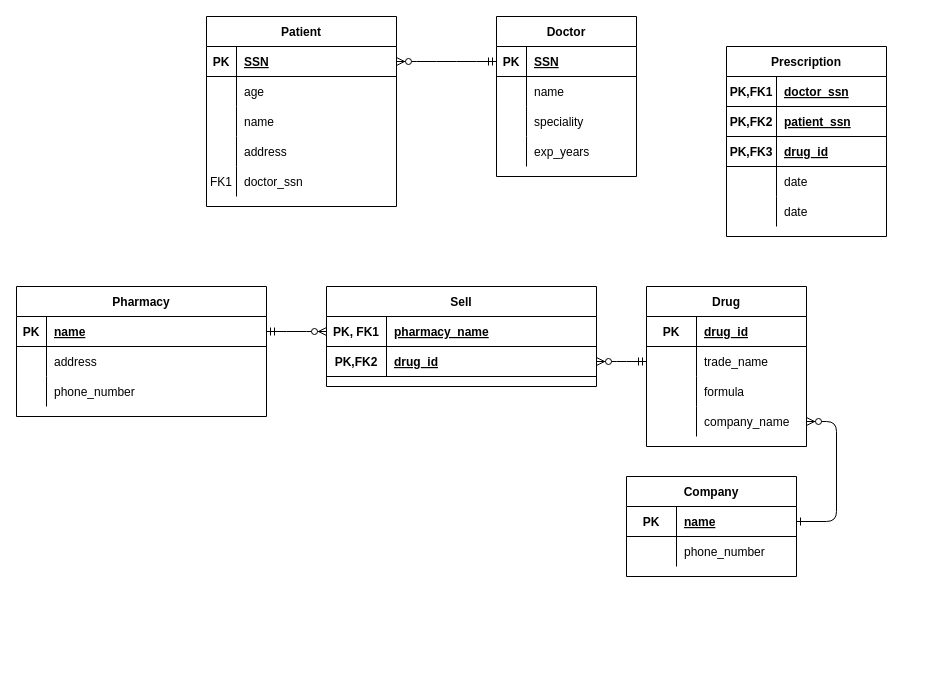
This is Untitled Diagram.drawio from s021721/backup, a draw.io file, before an edit. Source tidied: cells renumbered, new cells numbered last; positions are measured from the earlier drawing's top-left corner, leaving out a move shared by most shapes. Both pictures are drawn from the tidied source at 100%, with x=0, y=0 at pixel (16, 16).
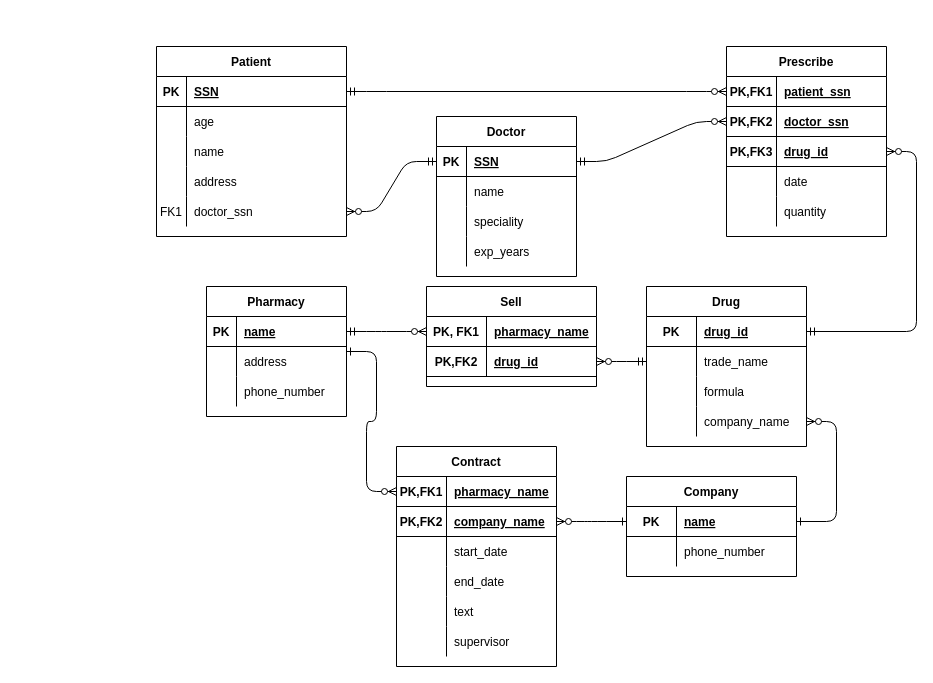
Above is the later version.

Unchanged cells that the change refers to:
```xml
<mxCell id="5" style="shape=partialRectangle;fillColor=none;points=[[0,0.5],[1,0.5]];portConstraint=eastwest;top=0;left=0;right=0;bottom=1;" parent="4" vertex="1">
  <mxGeometry y="30" width="140" height="30" as="geometry" />
</mxCell>
<mxCell id="18" style="shape=partialRectangle;fillColor=none;points=[[0,0.5],[1,0.5]];portConstraint=eastwest;top=0;left=0;right=0;bottom=1;" parent="17" vertex="1">
  <mxGeometry y="30" width="160" height="30" as="geometry" />
</mxCell>
<mxCell id="31" style="shape=partialRectangle;fillColor=none;points=[[0,0.5],[1,0.5]];portConstraint=eastwest;top=0;left=0;right=0;bottom=1;" parent="30" vertex="1">
  <mxGeometry y="30" width="190" height="30" as="geometry" />
</mxCell>
<mxCell id="43" style="shape=partialRectangle;fillColor=none;points=[[0,0.5],[1,0.5]];portConstraint=eastwest;top=0;left=0;right=0;bottom=0;" parent="30" vertex="1">
  <mxGeometry y="150" width="190" height="30" as="geometry" />
</mxCell>
<mxCell id="66" style="shape=partialRectangle;fillColor=none;points=[[0,0.5],[1,0.5]];portConstraint=eastwest;top=0;left=0;right=0;bottom=1;" parent="65" vertex="1">
  <mxGeometry y="30" width="170" height="30" as="geometry" />
</mxCell>
<mxCell id="79" style="shape=partialRectangle;fillColor=none;points=[[0,0.5],[1,0.5]];portConstraint=eastwest;top=0;left=0;right=0;bottom=1;" parent="72" vertex="1">
  <mxGeometry y="90" width="160" height="30" as="geometry" />
</mxCell>
<mxCell id="85" style="shape=partialRectangle;fillColor=none;top=0;left=0;right=0;bottom=0;" parent="72" vertex="1">
  <mxGeometry y="150" width="160" height="30" as="geometry" />
</mxCell>
```

What changed in the source:
```diff
@@
-    <mxCell id="2" style="edgeStyle=entityRelationEdgeStyle;endArrow=ERmandOne;startArrow=ERzeroToMany;endFill=0;startFill=1;entryX=0;entryY=0.5;entryDx=0;entryDy=0;" parent="1" edge="1" source="31" target="5">
-      <mxGeometry relative="1" as="geometry" />
-    </mxCell>
@@
     <mxCell id="4" value="Doctor" style="shape=table;startSize=30;childLayout=tableLayout;rowLines=0;fontStyle=1;align=center;" parent="1" vertex="1">
-      <mxGeometry x="480" width="140" height="160" as="geometry" />
+      <mxGeometry x="420" y="100" width="140" height="160" as="geometry" />
     </mxCell>
@@
     <mxCell id="30" value="Patient" style="shape=table;startSize=30;childLayout=tableLayout;rowLines=0;fontStyle=1;align=center;" parent="1" vertex="1">
-      <mxGeometry x="190" width="190" height="190" as="geometry" />
+      <mxGeometry x="140" y="30" width="190" height="190" as="geometry" />
     </mxCell>
@@
     <mxCell id="46" value="Sell" style="shape=table;startSize=30;childLayout=tableLayout;rowLines=0;fontStyle=1;align=center;" parent="1" vertex="1">
-      <mxGeometry x="310" y="270" width="270" height="100" as="geometry" />
+      <mxGeometry x="410" y="270" width="170" height="100" as="geometry" />
     </mxCell>
     <mxCell id="47" style="shape=partialRectangle;fillColor=none;points=[[0,0.5],[1,0.5]];portConstraint=eastwest;top=0;left=0;right=0;bottom=1;" parent="46" vertex="1">
-      <mxGeometry y="30" width="270" height="30" as="geometry" />
+      <mxGeometry y="30" width="170" height="30" as="geometry" />
     </mxCell>
@@
     <mxCell id="49" value="pharmacy_name" style="shape=partialRectangle;overflow=hidden;fillColor=none;top=0;left=0;bottom=0;right=0;align=left;spacingLeft=6;fontStyle=5;" parent="47" vertex="1">
-      <mxGeometry x="60" width="210" height="30" as="geometry" />
+      <mxGeometry x="60" width="110" height="30" as="geometry" />
     </mxCell>
     <mxCell id="50" style="shape=partialRectangle;fillColor=none;points=[[0,0.5],[1,0.5]];portConstraint=eastwest;top=0;left=0;right=0;bottom=1;" parent="46" vertex="1">
-      <mxGeometry y="60" width="270" height="30" as="geometry" />
+      <mxGeometry y="60" width="170" height="30" as="geometry" />
     </mxCell>
@@
     <mxCell id="52" value="drug_id" style="shape=partialRectangle;overflow=hidden;fillColor=none;top=0;left=0;bottom=0;right=0;align=left;spacingLeft=6;fontStyle=5;" parent="50" vertex="1">
-      <mxGeometry x="60" width="210" height="30" as="geometry" />
+      <mxGeometry x="60" width="110" height="30" as="geometry" />
     </mxCell>
     <mxCell id="53" value="Pharmacy" style="shape=table;startSize=30;childLayout=tableLayout;rowLines=0;fontStyle=1;align=center;" parent="1" vertex="1">
-      <mxGeometry y="270" width="250" height="130" as="geometry" />
+      <mxGeometry x="190" y="270" width="140" height="130" as="geometry" />
     </mxCell>
     <mxCell id="54" style="shape=partialRectangle;fillColor=none;points=[[0,0.5],[1,0.5]];portConstraint=eastwest;top=0;left=0;right=0;bottom=1;" parent="53" vertex="1">
-      <mxGeometry y="30" width="250" height="30" as="geometry" />
+      <mxGeometry y="30" width="140" height="30" as="geometry" />
     </mxCell>
@@
     <mxCell id="56" value="name" style="shape=partialRectangle;overflow=hidden;fillColor=none;top=0;left=0;bottom=0;right=0;align=left;spacingLeft=6;fontStyle=5;" parent="54" vertex="1">
-      <mxGeometry x="30" width="220" height="30" as="geometry" />
+      <mxGeometry x="30" width="110" height="30" as="geometry" />
     </mxCell>
     <mxCell id="57" style="shape=partialRectangle;fillColor=none;top=0;left=0;right=0;bottom=0;" parent="53" vertex="1">
-      <mxGeometry y="60" width="250" height="30" as="geometry" />
+      <mxGeometry y="60" width="140" height="30" as="geometry" />
     </mxCell>
@@
     <mxCell id="59" value="address" style="shape=partialRectangle;overflow=hidden;fillColor=none;top=0;left=0;bottom=0;right=0;align=left;spacingLeft=6;" parent="57" vertex="1">
-      <mxGeometry x="30" width="220" height="30" as="geometry" />
+      <mxGeometry x="30" width="110" height="30" as="geometry" />
     </mxCell>
     <mxCell id="60" style="shape=partialRectangle;fillColor=none;top=0;left=0;right=0;bottom=0;" parent="53" vertex="1">
-      <mxGeometry y="90" width="250" height="30" as="geometry" />
+      <mxGeometry y="90" width="140" height="30" as="geometry" />
     </mxCell>
@@
     <mxCell id="62" value="phone_number" style="shape=partialRectangle;overflow=hidden;fillColor=none;top=0;left=0;bottom=0;right=0;align=left;spacingLeft=6;" parent="60" vertex="1">
-      <mxGeometry x="30" width="220" height="30" as="geometry" />
+      <mxGeometry x="30" width="110" height="30" as="geometry" />
     </mxCell>
@@
-    <mxCell id="72" value="Prescription" style="shape=table;startSize=30;childLayout=tableLayout;rowLines=0;fontStyle=1;align=center;" parent="1" vertex="1">
+    <mxCell id="72" value="Prescribe" style="shape=table;startSize=30;childLayout=tableLayout;rowLines=0;fontStyle=1;align=center;" parent="1" vertex="1">
       <mxGeometry x="710" y="30" width="160" height="190" as="geometry" />
     </mxCell>
+    <mxCell id="76" style="shape=partialRectangle;fillColor=none;points=[[0,0.5],[1,0.5]];portConstraint=eastwest;top=0;left=0;right=0;bottom=1;" parent="72" vertex="1">
+      <mxGeometry y="30" width="160" height="30" as="geometry" />
+    </mxCell>
+    <mxCell id="77" value="PK,FK1" style="shape=partialRectangle;overflow=hidden;fillColor=none;top=0;left=0;bottom=0;right=0;fontStyle=1;" parent="76" vertex="1">
+      <mxGeometry width="50" height="30" as="geometry" />
+    </mxCell>
+    <mxCell id="78" value="patient_ssn" style="shape=partialRectangle;overflow=hidden;fillColor=none;top=0;left=0;bottom=0;right=0;align=left;spacingLeft=6;fontStyle=5;" parent="76" vertex="1">
+      <mxGeometry x="50" width="110" height="30" as="geometry" />
+    </mxCell>
     <mxCell id="73" style="shape=partialRectangle;fillColor=none;points=[[0,0.5],[1,0.5]];portConstraint=eastwest;top=0;left=0;right=0;bottom=1;" parent="72" vertex="1">
-      <mxGeometry y="30" width="160" height="30" as="geometry" />
+      <mxGeometry y="60" width="160" height="30" as="geometry" />
     </mxCell>
-    <mxCell id="74" value="PK,FK1" style="shape=partialRectangle;overflow=hidden;fillColor=none;top=0;left=0;bottom=0;right=0;fontStyle=1;" parent="73" vertex="1">
+    <mxCell id="74" value="PK,FK2" style="shape=partialRectangle;overflow=hidden;fillColor=none;top=0;left=0;bottom=0;right=0;fontStyle=1;" parent="73" vertex="1">
       <mxGeometry width="50" height="30" as="geometry" />
     </mxCell>
@@
-    <mxCell id="76" style="shape=partialRectangle;fillColor=none;points=[[0,0.5],[1,0.5]];portConstraint=eastwest;top=0;left=0;right=0;bottom=1;" parent="72" vertex="1">
-      <mxGeometry y="60" width="160" height="30" as="geometry" />
-    </mxCell>
-    <mxCell id="77" value="PK,FK2" style="shape=partialRectangle;overflow=hidden;fillColor=none;top=0;left=0;bottom=0;right=0;fontStyle=1;" parent="76" vertex="1">
-      <mxGeometry width="50" height="30" as="geometry" />
-    </mxCell>
-    <mxCell id="78" value="patient_ssn" style="shape=partialRectangle;overflow=hidden;fillColor=none;top=0;left=0;bottom=0;right=0;align=left;spacingLeft=6;fontStyle=5;" parent="76" vertex="1">
-      <mxGeometry x="50" width="110" height="30" as="geometry" />
-    </mxCell>
@@
-    <mxCell id="87" value="date" style="shape=partialRectangle;overflow=hidden;fillColor=none;top=0;left=0;bottom=0;right=0;align=left;spacingLeft=6;" parent="85" vertex="1">
+    <mxCell id="87" value="quantity" style="shape=partialRectangle;overflow=hidden;fillColor=none;top=0;left=0;bottom=0;right=0;align=left;spacingLeft=6;" parent="85" vertex="1">
       <mxGeometry x="50" width="110" height="30" as="geometry" />
     </mxCell>
+    <mxCell id="88" style="edgeStyle=entityRelationEdgeStyle;endArrow=ERmandOne;startArrow=ERzeroToMany;endFill=0;startFill=1;entryX=1;entryY=0.5;entryDx=0;entryDy=0;rounded=1;" parent="1" edge="1" source="79" target="18">
+      <mxGeometry relative="1" as="geometry" />
+    </mxCell>
+    <mxCell id="89" style="edgeStyle=entityRelationEdgeStyle;endArrow=ERmandOne;startArrow=ERzeroToMany;endFill=0;startFill=1;" parent="1" edge="1" source="73" target="5">
+      <mxGeometry relative="1" as="geometry" />
+    </mxCell>
+    <mxCell id="90" style="edgeStyle=entityRelationEdgeStyle;endArrow=ERmandOne;startArrow=ERzeroToMany;endFill=0;startFill=1;" parent="1" edge="1" source="76" target="31">
+      <mxGeometry relative="1" as="geometry" />
+    </mxCell>
+    <mxCell id="91" style="edgeStyle=entityRelationEdgeStyle;endArrow=ERmandOne;startArrow=ERzeroToMany;endFill=0;startFill=1;" parent="1" edge="1" source="43" target="5">
+      <mxGeometry relative="1" as="geometry" />
+    </mxCell>
+    <mxCell id="92" value="Contract" style="shape=table;startSize=30;childLayout=tableLayout;rowLines=0;fontStyle=1;align=center;" parent="1" vertex="1">
+      <mxGeometry x="380" y="430" width="160" height="220" as="geometry" />
+    </mxCell>
+    <mxCell id="93" style="shape=partialRectangle;fillColor=none;points=[[0,0.5],[1,0.5]];portConstraint=eastwest;top=0;left=0;right=0;bottom=1;" parent="92" vertex="1">
+      <mxGeometry y="30" width="160" height="30" as="geometry" />
+    </mxCell>
+    <mxCell id="94" value="PK,FK1" style="shape=partialRectangle;overflow=hidden;fillColor=none;top=0;left=0;bottom=0;right=0;fontStyle=1;" parent="93" vertex="1">
+      <mxGeometry width="50" height="30" as="geometry" />
+    </mxCell>
+    <mxCell id="95" value="pharmacy_name" style="shape=partialRectangle;overflow=hidden;fillColor=none;top=0;left=0;bottom=0;right=0;align=left;spacingLeft=6;fontStyle=5;" parent="93" vertex="1">
+      <mxGeometry x="50" width="110" height="30" as="geometry" />
+    </mxCell>
+    <mxCell id="96" style="shape=partialRectangle;fillColor=none;points=[[0,0.5],[1,0.5]];portConstraint=eastwest;top=0;left=0;right=0;bottom=1;" parent="92" vertex="1">
+      <mxGeometry y="60" width="160" height="30" as="geometry" />
+    </mxCell>
+    <mxCell id="97" value="PK,FK2" style="shape=partialRectangle;overflow=hidden;fillColor=none;top=0;left=0;bottom=0;right=0;fontStyle=1;" parent="96" vertex="1">
+      <mxGeometry width="50" height="30" as="geometry" />
+    </mxCell>
+    <mxCell id="98" value="company_name" style="shape=partialRectangle;overflow=hidden;fillColor=none;top=0;left=0;bottom=0;right=0;align=left;spacingLeft=6;fontStyle=5;" parent="96" vertex="1">
+      <mxGeometry x="50" width="110" height="30" as="geometry" />
+    </mxCell>
+    <mxCell id="99" style="shape=partialRectangle;fillColor=none;top=0;left=0;right=0;bottom=0;" parent="92" vertex="1">
+      <mxGeometry y="90" width="160" height="30" as="geometry" />
+    </mxCell>
+    <mxCell id="100" style="shape=partialRectangle;overflow=hidden;fillColor=none;top=0;left=0;bottom=0;right=0;" parent="99" vertex="1">
+      <mxGeometry width="50" height="30" as="geometry" />
+    </mxCell>
+    <mxCell id="101" value="start_date" style="shape=partialRectangle;overflow=hidden;fillColor=none;top=0;left=0;bottom=0;right=0;align=left;spacingLeft=6;" parent="99" vertex="1">
+      <mxGeometry x="50" width="110" height="30" as="geometry" />
+    </mxCell>
+    <mxCell id="102" style="shape=partialRectangle;fillColor=none;top=0;left=0;right=0;bottom=0;" parent="92" vertex="1">
+      <mxGeometry y="120" width="160" height="30" as="geometry" />
+    </mxCell>
+    <mxCell id="103" style="shape=partialRectangle;overflow=hidden;fillColor=none;top=0;left=0;bottom=0;right=0;" parent="102" vertex="1">
+      <mxGeometry width="50" height="30" as="geometry" />
+    </mxCell>
+    <mxCell id="104" value="end_date" style="shape=partialRectangle;overflow=hidden;fillColor=none;top=0;left=0;bottom=0;right=0;align=left;spacingLeft=6;" parent="102" vertex="1">
+      <mxGeometry x="50" width="110" height="30" as="geometry" />
+    </mxCell>
+    <mxCell id="105" style="shape=partialRectangle;fillColor=none;top=0;left=0;right=0;bottom=0;" parent="92" vertex="1">
+      <mxGeometry y="150" width="160" height="30" as="geometry" />
+    </mxCell>
+    <mxCell id="106" style="shape=partialRectangle;overflow=hidden;fillColor=none;top=0;left=0;bottom=0;right=0;" parent="105" vertex="1">
+      <mxGeometry width="50" height="30" as="geometry" />
+    </mxCell>
+    <mxCell id="107" value="text" style="shape=partialRectangle;overflow=hidden;fillColor=none;top=0;left=0;bottom=0;right=0;align=left;spacingLeft=6;" parent="105" vertex="1">
+      <mxGeometry x="50" width="110" height="30" as="geometry" />
+    </mxCell>
+    <mxCell id="108" style="shape=partialRectangle;fillColor=none;top=0;left=0;right=0;bottom=0;" parent="92" vertex="1">
+      <mxGeometry y="180" width="160" height="30" as="geometry" />
+    </mxCell>
+    <mxCell id="109" style="shape=partialRectangle;overflow=hidden;fillColor=none;top=0;left=0;bottom=0;right=0;" parent="108" vertex="1">
+      <mxGeometry width="50" height="30" as="geometry" />
+    </mxCell>
+    <mxCell id="110" value="supervisor" style="shape=partialRectangle;overflow=hidden;fillColor=none;top=0;left=0;bottom=0;right=0;align=left;spacingLeft=6;" parent="108" vertex="1">
+      <mxGeometry x="50" width="110" height="30" as="geometry" />
+    </mxCell>
+    <mxCell id="111" style="edgeStyle=entityRelationEdgeStyle;endArrow=ERzeroToMany;startArrow=ERone;endFill=1;startFill=0;entryX=1;entryY=0.5;entryDx=0;entryDy=0;" parent="1" edge="1" source="66" target="96">
+      <mxGeometry relative="1" as="geometry" />
+    </mxCell>
+    <mxCell id="112" style="edgeStyle=entityRelationEdgeStyle;endArrow=ERzeroToMany;startArrow=ERone;endFill=1;startFill=0;" parent="1" edge="1" source="53" target="93">
+      <mxGeometry relative="1" as="geometry" />
+    </mxCell>
```
